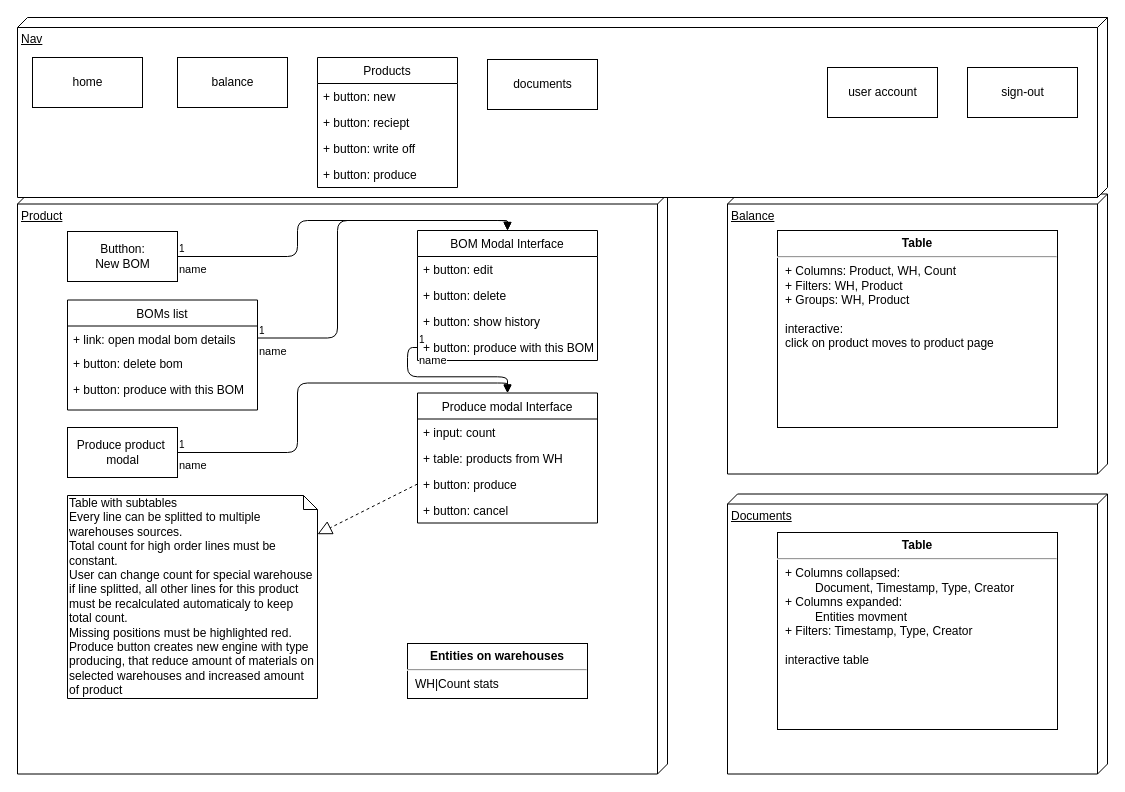
The draw.io diagram Views Diagram.drawio in Flawless/whm, before the edit. Source tidied: cells renumbered, new cells numbered last; positions are measured from the earlier drawing's top-left corner, leaving out a move shared by most shapes. Both pictures are drawn from the tidied source at 100%, with x=0, y=0 at pixel (17, 17).
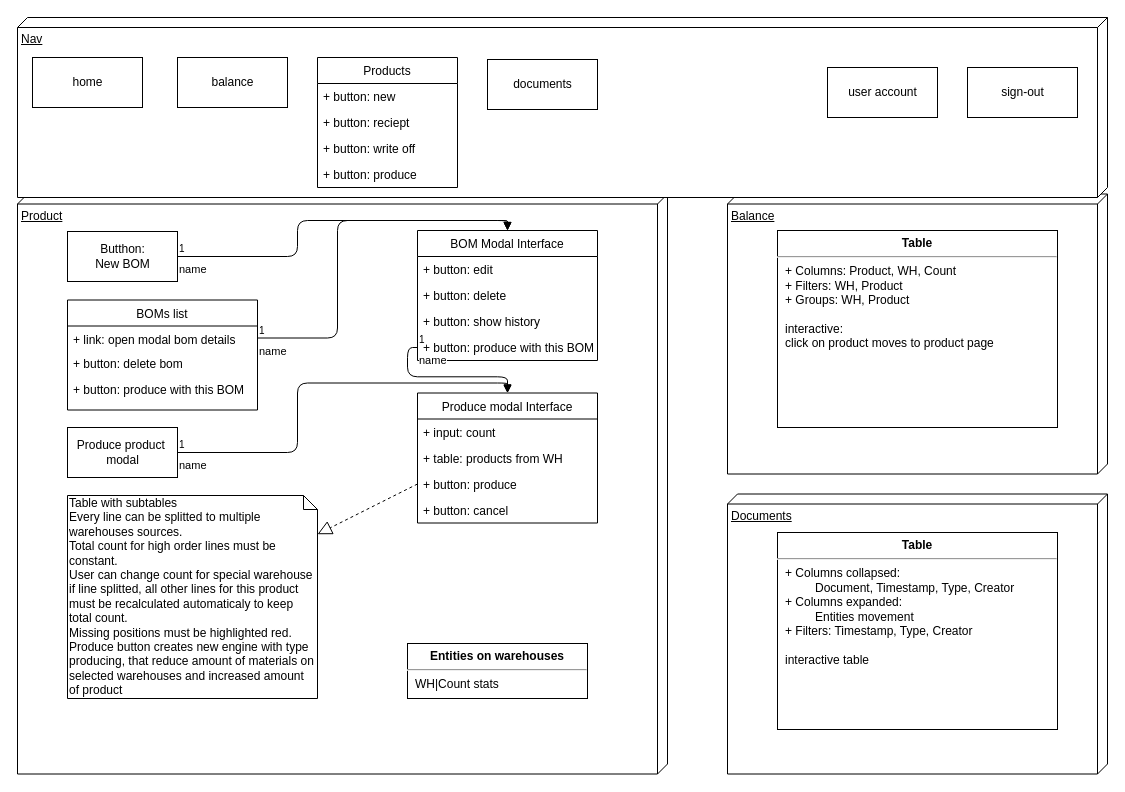
The same diagram, later.

What changed in the source:
```diff
@@
-    <mxCell id="43" value="&lt;p style=&quot;margin: 0px ; margin-top: 6px ; text-align: center&quot;&gt;&lt;b&gt;Table&lt;/b&gt;&lt;/p&gt;&lt;hr&gt;&lt;p style=&quot;margin: 0px ; margin-left: 8px&quot;&gt;+ Columns collapsed:&amp;nbsp;&lt;/p&gt;&lt;p style=&quot;margin: 0px ; margin-left: 8px&quot;&gt;&amp;nbsp; &amp;nbsp; &amp;nbsp; &amp;nbsp; &amp;nbsp;Document, Timestamp, Type, Creator&lt;/p&gt;&lt;p style=&quot;margin: 0px ; margin-left: 8px&quot;&gt;&lt;span&gt;+ Columns expanded:&lt;/span&gt;&lt;/p&gt;&lt;p style=&quot;margin: 0px ; margin-left: 8px&quot;&gt;&lt;span&gt;&amp;nbsp; &amp;nbsp; &amp;nbsp; &amp;nbsp; &amp;nbsp;Entities movment&amp;nbsp;&lt;/span&gt;&lt;/p&gt;&lt;p style=&quot;margin: 0px ; margin-left: 8px&quot;&gt;&lt;span&gt;+ Filters: Timestamp, Type, Creator&lt;/span&gt;&lt;/p&gt;&lt;p style=&quot;margin: 0px ; margin-left: 8px&quot;&gt;&lt;span&gt;&lt;br&gt;&lt;/span&gt;&lt;/p&gt;&lt;p style=&quot;margin: 0px ; margin-left: 8px&quot;&gt;&lt;span&gt;interactive table&lt;/span&gt;&lt;/p&gt;" style="align=left;overflow=fill;html=1;" parent="1" vertex="1">
+    <mxCell id="43" value="&lt;p style=&quot;margin: 0px ; margin-top: 6px ; text-align: center&quot;&gt;&lt;b&gt;Table&lt;/b&gt;&lt;/p&gt;&lt;hr&gt;&lt;p style=&quot;margin: 0px ; margin-left: 8px&quot;&gt;+ Columns collapsed:&amp;nbsp;&lt;/p&gt;&lt;p style=&quot;margin: 0px ; margin-left: 8px&quot;&gt;&amp;nbsp; &amp;nbsp; &amp;nbsp; &amp;nbsp; &amp;nbsp;Document, Timestamp, Type, Creator&lt;/p&gt;&lt;p style=&quot;margin: 0px ; margin-left: 8px&quot;&gt;&lt;span&gt;+ Columns expanded:&lt;/span&gt;&lt;/p&gt;&lt;p style=&quot;margin: 0px ; margin-left: 8px&quot;&gt;&lt;span&gt;&amp;nbsp; &amp;nbsp; &amp;nbsp; &amp;nbsp; &amp;nbsp;Entities movement&amp;nbsp;&lt;/span&gt;&lt;/p&gt;&lt;p style=&quot;margin: 0px ; margin-left: 8px&quot;&gt;&lt;span&gt;+ Filters: Timestamp, Type, Creator&lt;/span&gt;&lt;/p&gt;&lt;p style=&quot;margin: 0px ; margin-left: 8px&quot;&gt;&lt;span&gt;&lt;br&gt;&lt;/span&gt;&lt;/p&gt;&lt;p style=&quot;margin: 0px ; margin-left: 8px&quot;&gt;&lt;span&gt;interactive table&lt;/span&gt;&lt;/p&gt;" style="align=left;overflow=fill;html=1;" parent="1" vertex="1">
       <mxGeometry x="760" y="515" width="280" height="197" as="geometry" />
     </mxCell>
```
